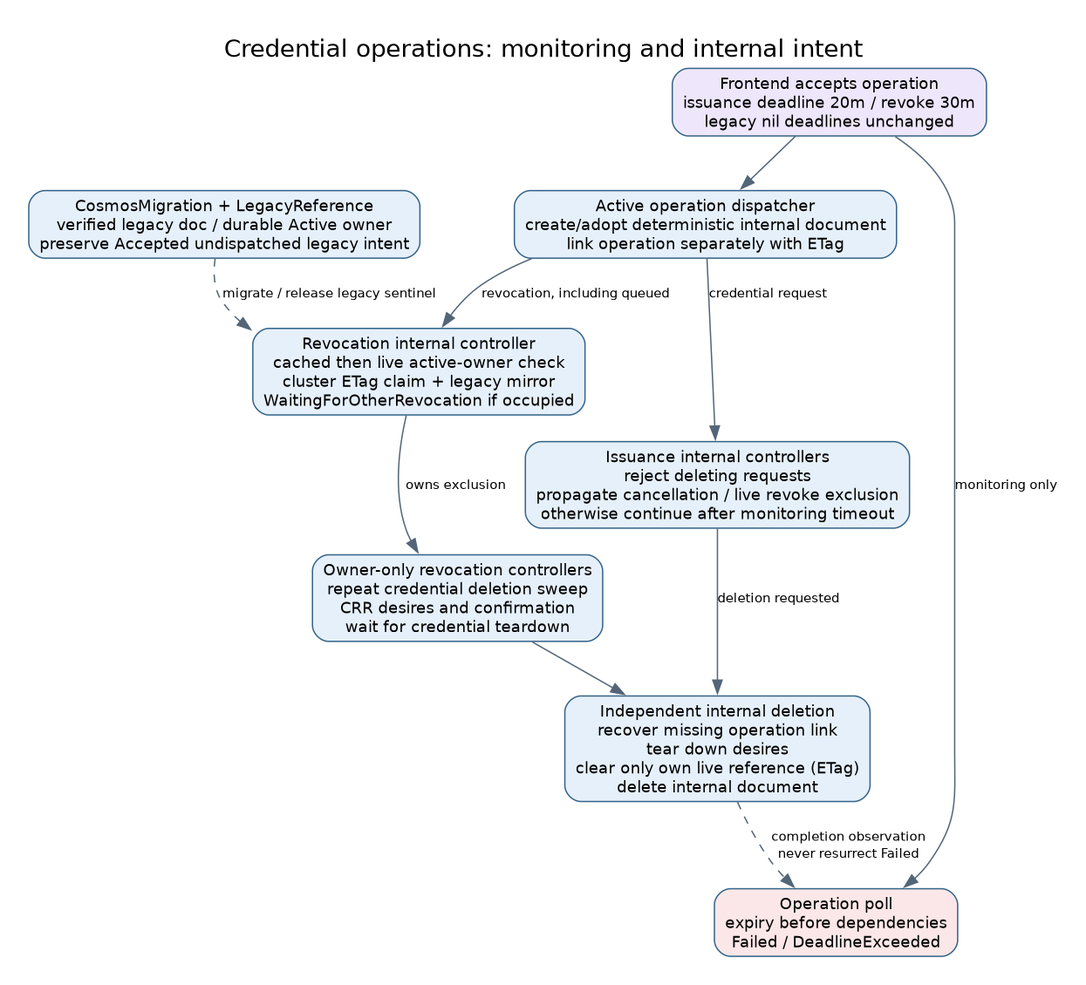
Azure/ARO-HCP keeps this Graphviz diagram as docs/diagrams/controller-flows/credential-operations.png. Above is the earlier version. Its source is kept beside it as docs/diagrams/controller-flows/credential-operations.dot. Its diagram source:
```dot
digraph credential_operations {
  graph [rankdir=TB, bgcolor="white", pad="0.3", nodesep="0.4", ranksep="0.55", fontname="DejaVu Sans", fontsize=18, labelloc=t, label="Credential operations: monitoring and internal intent", dpi=110];
  node [shape=box, style="rounded,filled", fillcolor="#e6f0fa", color="#35648a", fontname="DejaVu Sans", fontsize=12];
  edge [color="#536577", fontname="DejaVu Sans", fontsize=10];
  frontend [label="Frontend accepts operation\nissuance deadline 20m / revoke 30m\nlegacy nil deadlines unchanged", fillcolor="#eee7fb"];
  dispatch [label="Active operation dispatcher\ncreate/adopt deterministic internal document\nlink operation separately with ETag"];
  monitor [label="Operation poll\nexpiry before dependencies\nFailed / DeadlineExceeded", fillcolor="#fbe7e7"];
  claim [label="Revocation internal controller\ncached then live active-owner check\ncluster ETag claim + legacy mirror\nWaitingForOtherRevocation if occupied"];
  issuance [label="Issuance internal controllers\nreject deleting requests\npropagate cancellation / live revoke exclusion\notherwise continue after monitoring timeout"];
  revoke [label="Owner-only revocation controllers\nrepeat credential deletion sweep\nCRR desires and confirmation\nwait for credential teardown"];
  deletion [label="Independent internal deletion\nrecover missing operation link\ntear down desires\nclear only own live reference (ETag)\ndelete internal document"];
  repair [label="CosmosMigration + LegacyReference\nverified legacy doc / durable Active owner\npreserve Accepted undispatched legacy intent"];
  frontend -> dispatch;
  frontend -> monitor [label="monitoring only"];
  dispatch -> claim [label="revocation, including queued"];
  dispatch -> issuance [label="credential request"];
  claim -> revoke [label="owns exclusion"];
  revoke -> deletion;
  issuance -> deletion [label="deletion requested"];
  deletion -> monitor [label="completion observation\nnever resurrect Failed", style=dashed];
  repair -> claim [label="migrate / release legacy sentinel", style=dashed];
}
```
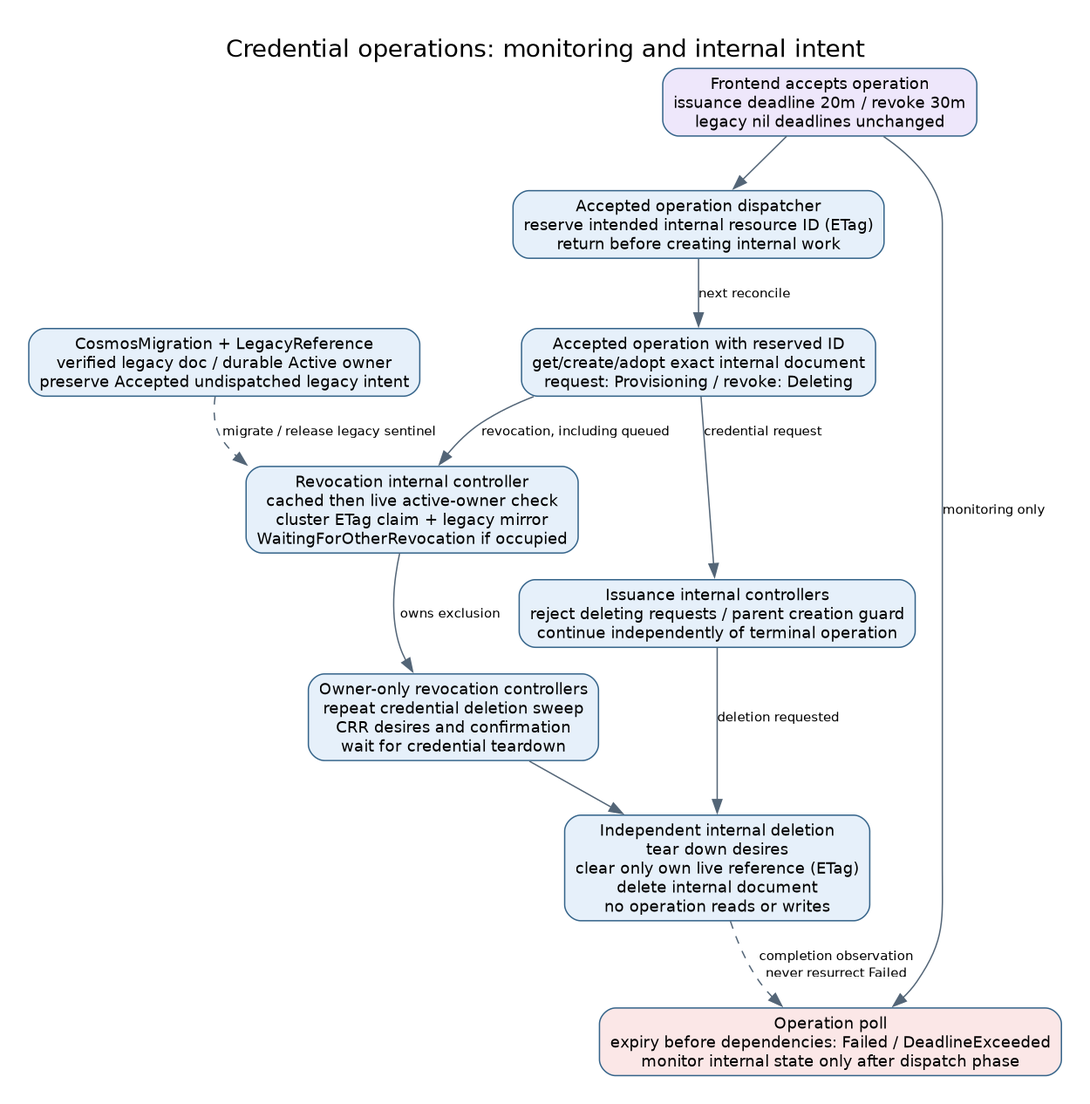
The same file after the commit.

Diff of the diagram source:
```diff
@@ -3,14 +3,16 @@
   node [shape=box, style="rounded,filled", fillcolor="#e6f0fa", color="#35648a", fontname="DejaVu Sans", fontsize=12];
   edge [color="#536577", fontname="DejaVu Sans", fontsize=10];
   frontend [label="Frontend accepts operation\nissuance deadline 20m / revoke 30m\nlegacy nil deadlines unchanged", fillcolor="#eee7fb"];
-  dispatch [label="Active operation dispatcher\ncreate/adopt deterministic internal document\nlink operation separately with ETag"];
-  monitor [label="Operation poll\nexpiry before dependencies\nFailed / DeadlineExceeded", fillcolor="#fbe7e7"];
+  reserve [label="Accepted operation dispatcher\nreserve intended internal resource ID (ETag)\nreturn before creating internal work"];
+  dispatch [label="Accepted operation with reserved ID\nget/create/adopt exact internal document\nrequest: Provisioning / revoke: Deleting"];
+  monitor [label="Operation poll\nexpiry before dependencies: Failed / DeadlineExceeded\nmonitor internal state only after dispatch phase", fillcolor="#fbe7e7"];
   claim [label="Revocation internal controller\ncached then live active-owner check\ncluster ETag claim + legacy mirror\nWaitingForOtherRevocation if occupied"];
-  issuance [label="Issuance internal controllers\nreject deleting requests\npropagate cancellation / live revoke exclusion\notherwise continue after monitoring timeout"];
+  issuance [label="Issuance internal controllers\nreject deleting requests / parent creation guard\ncontinue independently of terminal operation"];
   revoke [label="Owner-only revocation controllers\nrepeat credential deletion sweep\nCRR desires and confirmation\nwait for credential teardown"];
-  deletion [label="Independent internal deletion\nrecover missing operation link\ntear down desires\nclear only own live reference (ETag)\ndelete internal document"];
+  deletion [label="Independent internal deletion\ntear down desires\nclear only own live reference (ETag)\ndelete internal document\nno operation reads or writes"];
   repair [label="CosmosMigration + LegacyReference\nverified legacy doc / durable Active owner\npreserve Accepted undispatched legacy intent"];
-  frontend -> dispatch;
+  frontend -> reserve;
+  reserve -> dispatch [label="next reconcile"];
   frontend -> monitor [label="monitoring only"];
   dispatch -> claim [label="revocation, including queued"];
   dispatch -> issuance [label="credential request"];
```
